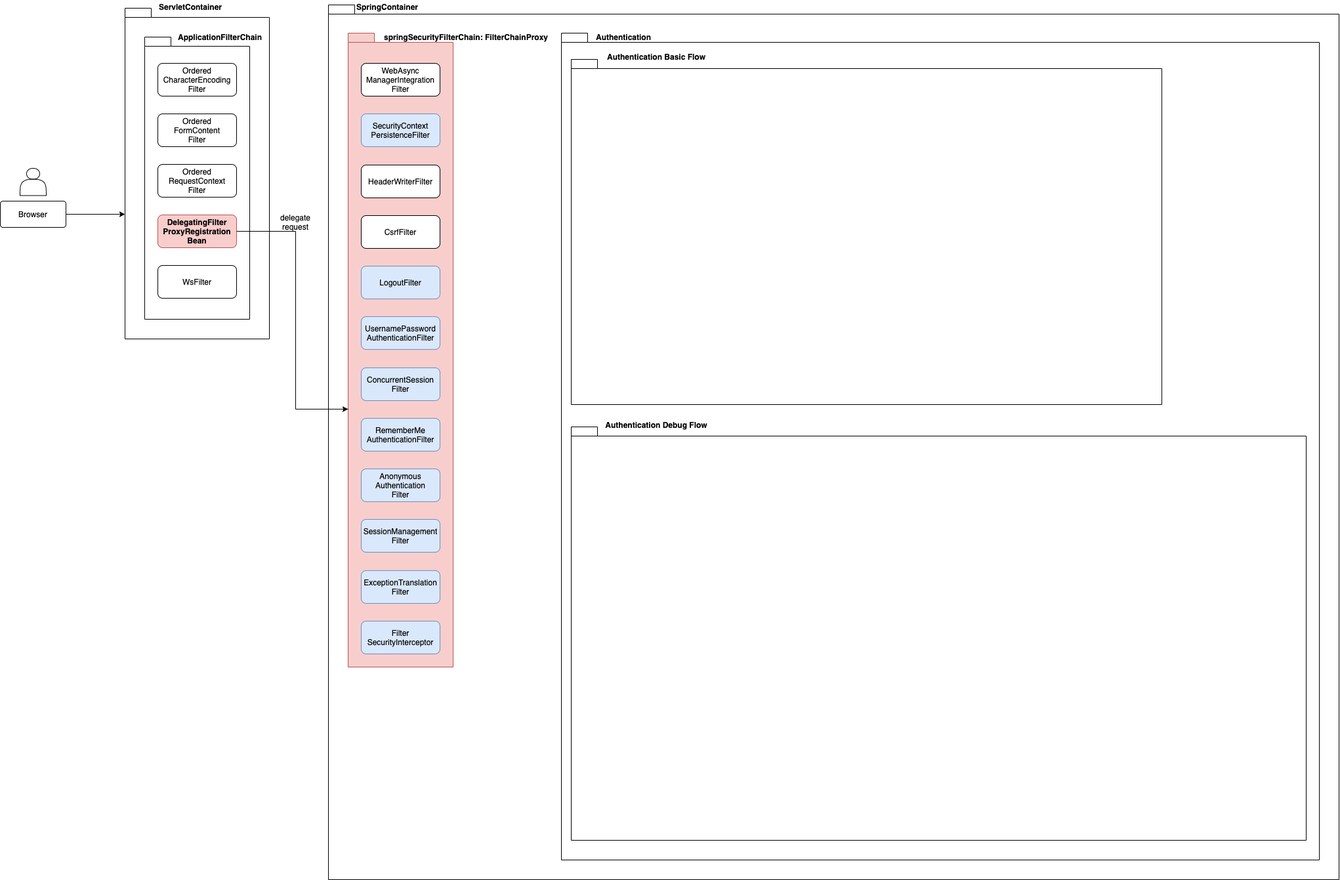
This is docs/img/flow/flow_DelegatingFilterProxy.png from spring-org/spring-security, a draw.io export, as it was before one commit. Source tidied: cells renumbered, new cells last; positions are measured from the earlier drawing's top-left corner, leaving out a move shared by most shapes.
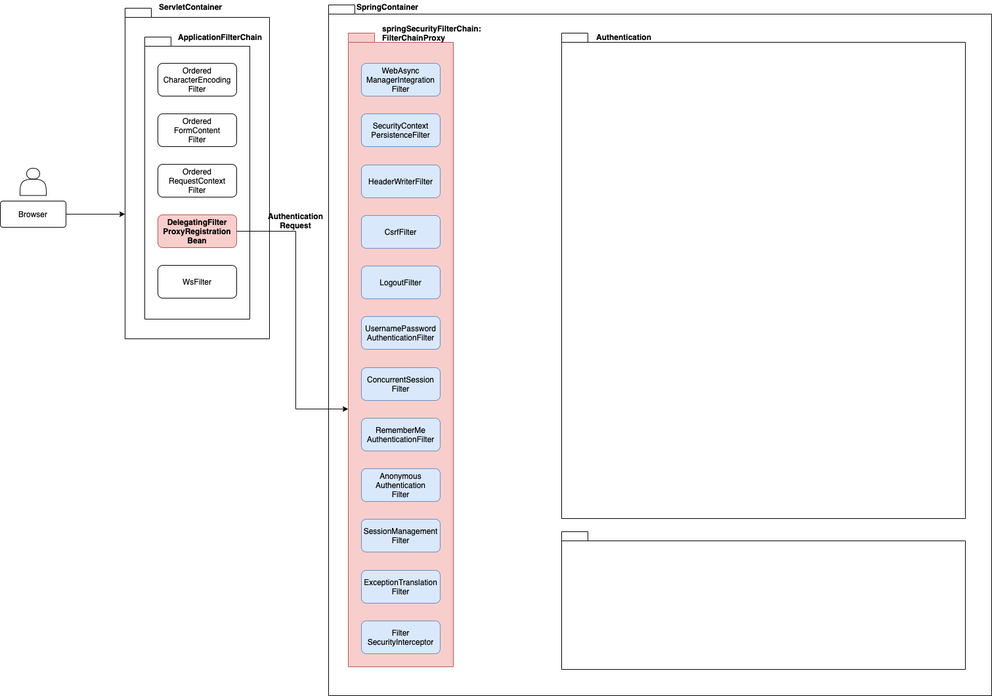
After the commit.

Change to the diagram source:
```diff
@@ -3,7 +3,7 @@
     <mxCell id="0" />
     <mxCell id="1" parent="0" />
     <mxCell id="2" style="shape=folder;fontStyle=1;spacingTop=10;tabWidth=40;tabHeight=14;tabPosition=left;html=1;fontSize=12;" parent="1" vertex="1">
-      <mxGeometry x="500" y="7" width="1540" height="1333" as="geometry" />
+      <mxGeometry x="500" y="7" width="1010" height="1053" as="geometry" />
     </mxCell>
     <mxCell id="3" style="shape=folder;fontStyle=1;spacingTop=10;tabWidth=40;tabHeight=14;tabPosition=left;html=1;fontSize=12;" parent="1" vertex="1">
       <mxGeometry x="190" y="12" width="220" height="504" as="geometry" />
@@ -11,16 +11,16 @@
     <mxCell id="4" style="shape=folder;fontStyle=1;spacingTop=10;tabWidth=40;tabHeight=14;tabPosition=left;html=1;fontSize=12;fillColor=#f8cecc;strokeColor=#b85450;" parent="1" vertex="1">
       <mxGeometry x="530" y="50" width="160" height="966" as="geometry" />
     </mxCell>
-    <mxCell id="5" value="&lt;span id=&quot;docs-internal-guid-8b3854a5-7fff-3813-f331-c196873f67ac&quot; style=&quot;font-size: 12px;&quot;&gt;&lt;font style=&quot;font-size: 12px;&quot;&gt;&lt;p class=&quot;p1&quot; style=&quot;margin: 0px; font-stretch: normal; line-height: normal; font-size: 12px;&quot;&gt;WebAsync&lt;/p&gt;&lt;p class=&quot;p1&quot; style=&quot;margin: 0px; font-stretch: normal; line-height: normal; font-size: 12px;&quot;&gt;ManagerIntegration&lt;/p&gt;&lt;p class=&quot;p1&quot; style=&quot;margin: 0px; font-stretch: normal; line-height: normal; font-size: 12px;&quot;&gt;Filter&lt;/p&gt;&lt;/font&gt;&lt;/span&gt;" style="rounded=1;whiteSpace=wrap;html=1;fontSize=12;" parent="1" vertex="1">
+    <mxCell id="5" value="&lt;span id=&quot;docs-internal-guid-8b3854a5-7fff-3813-f331-c196873f67ac&quot; style=&quot;font-size: 12px;&quot;&gt;&lt;font style=&quot;font-size: 12px;&quot;&gt;&lt;p class=&quot;p1&quot; style=&quot;margin: 0px; font-stretch: normal; line-height: normal; font-size: 12px;&quot;&gt;WebAsync&lt;/p&gt;&lt;p class=&quot;p1&quot; style=&quot;margin: 0px; font-stretch: normal; line-height: normal; font-size: 12px;&quot;&gt;ManagerIntegration&lt;/p&gt;&lt;p class=&quot;p1&quot; style=&quot;margin: 0px; font-stretch: normal; line-height: normal; font-size: 12px;&quot;&gt;Filter&lt;/p&gt;&lt;/font&gt;&lt;/span&gt;" style="rounded=1;whiteSpace=wrap;html=1;fontSize=12;fillColor=#dae8fc;strokeColor=#6c8ebf;" parent="1" vertex="1">
       <mxGeometry x="550" y="96" width="120" height="50" as="geometry" />
     </mxCell>
     <mxCell id="6" value="&lt;span id=&quot;docs-internal-guid-8b3854a5-7fff-3813-f331-c196873f67ac&quot; style=&quot;font-size: 12px;&quot;&gt;&lt;font style=&quot;font-size: 12px;&quot;&gt;&lt;p class=&quot;p1&quot; style=&quot;margin: 0px; font-stretch: normal; line-height: normal; font-size: 12px;&quot;&gt;Security&lt;span style=&quot;font-size: 12px;&quot;&gt;Context&lt;/span&gt;&lt;/p&gt;&lt;p class=&quot;p1&quot; style=&quot;margin: 0px; font-stretch: normal; line-height: normal; font-size: 12px;&quot;&gt;&lt;span style=&quot;font-size: 12px;&quot;&gt;Persistence&lt;/span&gt;&lt;span style=&quot;font-size: 12px;&quot;&gt;Filter&lt;/span&gt;&lt;/p&gt;&lt;/font&gt;&lt;/span&gt;" style="rounded=1;whiteSpace=wrap;html=1;fontSize=12;fillColor=#dae8fc;strokeColor=#6c8ebf;" parent="1" vertex="1">
       <mxGeometry x="550" y="173" width="120" height="50" as="geometry" />
     </mxCell>
-    <mxCell id="7" value="&lt;span id=&quot;docs-internal-guid-8b3854a5-7fff-3813-f331-c196873f67ac&quot; style=&quot;font-size: 12px;&quot;&gt;&lt;p class=&quot;p1&quot; style=&quot;margin: 0px; font-stretch: normal; line-height: normal; font-size: 12px;&quot;&gt;&lt;font style=&quot;font-size: 12px;&quot;&gt;HeaderWriterFilter&lt;/font&gt;&lt;/p&gt;&lt;/span&gt;" style="rounded=1;whiteSpace=wrap;html=1;fontSize=12;" parent="1" vertex="1">
+    <mxCell id="7" value="&lt;span id=&quot;docs-internal-guid-8b3854a5-7fff-3813-f331-c196873f67ac&quot; style=&quot;font-size: 12px;&quot;&gt;&lt;p class=&quot;p1&quot; style=&quot;margin: 0px; font-stretch: normal; line-height: normal; font-size: 12px;&quot;&gt;&lt;font style=&quot;font-size: 12px;&quot;&gt;HeaderWriterFilter&lt;/font&gt;&lt;/p&gt;&lt;/span&gt;" style="rounded=1;whiteSpace=wrap;html=1;fontSize=12;fillColor=#dae8fc;strokeColor=#6c8ebf;" parent="1" vertex="1">
       <mxGeometry x="550" y="251" width="120" height="50" as="geometry" />
     </mxCell>
-    <mxCell id="8" value="&lt;span id=&quot;docs-internal-guid-8b3854a5-7fff-3813-f331-c196873f67ac&quot; style=&quot;font-size: 12px;&quot;&gt;&lt;p class=&quot;p1&quot; style=&quot;margin: 0px; font-stretch: normal; line-height: normal; font-size: 12px;&quot;&gt;CsrfFilter&lt;/p&gt;&lt;/span&gt;" style="rounded=1;whiteSpace=wrap;html=1;fontSize=12;" parent="1" vertex="1">
+    <mxCell id="8" value="&lt;span id=&quot;docs-internal-guid-8b3854a5-7fff-3813-f331-c196873f67ac&quot; style=&quot;font-size: 12px;&quot;&gt;&lt;p class=&quot;p1&quot; style=&quot;margin: 0px; font-stretch: normal; line-height: normal; font-size: 12px;&quot;&gt;CsrfFilter&lt;/p&gt;&lt;/span&gt;" style="rounded=1;whiteSpace=wrap;html=1;fontSize=12;fillColor=#dae8fc;strokeColor=#6c8ebf;" parent="1" vertex="1">
       <mxGeometry x="550" y="328" width="120" height="50" as="geometry" />
     </mxCell>
     <mxCell id="9" value="&lt;span id=&quot;docs-internal-guid-8b3854a5-7fff-3813-f331-c196873f67ac&quot; style=&quot;font-size: 12px;&quot;&gt;&lt;p class=&quot;p1&quot; style=&quot;margin: 0px; font-stretch: normal; line-height: normal; font-size: 12px;&quot;&gt;&lt;font style=&quot;font-size: 12px;&quot;&gt;LogoutFilter&lt;/font&gt;&lt;/p&gt;&lt;/span&gt;" style="rounded=1;whiteSpace=wrap;html=1;fontSize=12;fillColor=#dae8fc;strokeColor=#6c8ebf;fontStyle=0;" parent="1" vertex="1">
@@ -38,11 +38,11 @@
     <mxCell id="13" value="&lt;span id=&quot;docs-internal-guid-8b3854a5-7fff-3813-f331-c196873f67ac&quot; style=&quot;font-size: 12px;&quot;&gt;&lt;font style=&quot;font-size: 12px;&quot;&gt;&lt;p class=&quot;p1&quot; style=&quot;margin: 0px; font-stretch: normal; line-height: normal; font-size: 12px;&quot;&gt;Anonymous&lt;/p&gt;&lt;p class=&quot;p1&quot; style=&quot;margin: 0px; font-stretch: normal; line-height: normal; font-size: 12px;&quot;&gt;Authentication&lt;/p&gt;&lt;p class=&quot;p1&quot; style=&quot;margin: 0px; font-stretch: normal; line-height: normal; font-size: 12px;&quot;&gt;Filter&lt;/p&gt;&lt;/font&gt;&lt;/span&gt;" style="rounded=1;whiteSpace=wrap;html=1;fontSize=12;fillColor=#dae8fc;strokeColor=#6c8ebf;" parent="1" vertex="1">
       <mxGeometry x="550" y="714" width="120" height="50" as="geometry" />
     </mxCell>
-    <mxCell id="14" value="springSecurityFilterChain: FilterChainProxy" style="text;html=1;strokeColor=none;fillColor=none;align=center;verticalAlign=middle;whiteSpace=wrap;rounded=0;fontStyle=1;fontSize=12;" parent="1" vertex="1">
-      <mxGeometry x="570" y="46" width="280" height="20" as="geometry" />
+    <mxCell id="14" value="springSecurityFilterChain: &lt;br&gt;FilterChainProxy" style="text;html=1;strokeColor=none;fillColor=none;align=left;verticalAlign=middle;whiteSpace=wrap;rounded=0;fontStyle=1;fontSize=12;" parent="1" vertex="1">
+      <mxGeometry x="580" y="40" width="180" height="20" as="geometry" />
     </mxCell>
     <mxCell id="15" style="shape=folder;fontStyle=0;spacingTop=10;tabWidth=40;tabHeight=14;tabPosition=left;html=1;fontSize=12;" parent="1" vertex="1">
-      <mxGeometry x="855" y="50" width="1155" height="1260" as="geometry" />
+      <mxGeometry x="855" y="50" width="615" height="740" as="geometry" />
     </mxCell>
     <mxCell id="16" value="Authentication" style="text;html=1;strokeColor=none;fillColor=none;align=center;verticalAlign=middle;whiteSpace=wrap;rounded=0;fontStyle=1;fontSize=12;" parent="1" vertex="1">
       <mxGeometry x="930" y="46" width="40" height="20" as="geometry" />
@@ -71,8 +71,8 @@
     <mxCell id="24" style="shape=actor;whiteSpace=wrap;html=1;" parent="1" vertex="1">
       <mxGeometry x="30" y="256" width="40" height="41.5" as="geometry" />
     </mxCell>
-    <mxCell id="25" value="delegate request" style="text;html=1;strokeColor=none;fillColor=none;align=center;verticalAlign=middle;whiteSpace=wrap;rounded=0;" parent="1" vertex="1">
-      <mxGeometry x="430" y="328" width="40" height="20" as="geometry" />
+    <mxCell id="25" value="&lt;b&gt;Authentication&lt;/b&gt;&lt;br&gt;&lt;b&gt;Request&lt;/b&gt;" style="text;html=1;strokeColor=none;fillColor=none;align=center;verticalAlign=middle;whiteSpace=wrap;rounded=0;" parent="1" vertex="1">
+      <mxGeometry x="430" y="326" width="40" height="20" as="geometry" />
     </mxCell>
     <mxCell id="26" style="group;" parent="1" vertex="1">
       <mxGeometry x="220" y="46" width="160" height="440" as="geometry" />
@@ -110,35 +110,26 @@
     </mxCell>
     <mxCell id="35" style="edgeStyle=orthogonalEdgeStyle;rounded=0;orthogonalLoop=1;jettySize=auto;html=1;exitX=1;exitY=0.5;exitDx=0;exitDy=0;entryX=0;entryY=0.5;entryDx=0;entryDy=0;startArrow=classic;startFill=1;" parent="1" edge="1">
       <mxGeometry relative="1" as="geometry">
-        <mxPoint x="1034.5" y="662" as="sourcePoint" />
+        <mxPoint x="1444.5" y="772" as="sourcePoint" />
       </mxGeometry>
     </mxCell>
     <mxCell id="36" style="edgeStyle=orthogonalEdgeStyle;rounded=0;orthogonalLoop=1;jettySize=auto;html=1;exitX=1;exitY=0.5;exitDx=0;exitDy=0;entryX=0;entryY=0.5;entryDx=0;entryDy=0;startArrow=classic;startFill=1;" parent="1" edge="1">
       <mxGeometry relative="1" as="geometry">
-        <mxPoint x="1034.5" y="662" as="sourcePoint" />
+        <mxPoint x="1444.5" y="772" as="sourcePoint" />
       </mxGeometry>
     </mxCell>
     <mxCell id="37" style="edgeStyle=orthogonalEdgeStyle;rounded=0;orthogonalLoop=1;jettySize=auto;html=1;exitX=1;exitY=0.5;exitDx=0;exitDy=0;entryX=0;entryY=0.5;entryDx=0;entryDy=0;startArrow=none;startFill=0;" parent="1" edge="1">
       <mxGeometry relative="1" as="geometry">
-        <mxPoint x="923.2" y="700" as="targetPoint" />
+        <mxPoint x="1333.2" y="810" as="targetPoint" />
       </mxGeometry>
     </mxCell>
     <mxCell id="38" style="edgeStyle=orthogonalEdgeStyle;rounded=0;orthogonalLoop=1;jettySize=auto;html=1;exitX=1;exitY=0.5;exitDx=0;exitDy=0;entryX=0;entryY=0.5;entryDx=0;entryDy=0;startArrow=none;startFill=0;" parent="1" edge="1">
       <mxGeometry relative="1" as="geometry">
-        <mxPoint x="1043.2" y="700" as="sourcePoint" />
+        <mxPoint x="1453.2" y="810" as="sourcePoint" />
       </mxGeometry>
     </mxCell>
-    <mxCell id="39" style="shape=folder;fontStyle=0;spacingTop=10;tabWidth=40;tabHeight=14;tabPosition=left;html=1;fontSize=12;" parent="1" vertex="1">
-      <mxGeometry x="870" y="90" width="900" height="526" as="geometry" />
-    </mxCell>
-    <mxCell id="40" value="Authentication Basic Flow" style="text;html=1;strokeColor=none;fillColor=none;align=center;verticalAlign=middle;whiteSpace=wrap;rounded=0;fontStyle=1;fontSize=12;" parent="1" vertex="1">
-      <mxGeometry x="920" y="76" width="160" height="20" as="geometry" />
-    </mxCell>
-    <mxCell id="41" style="shape=folder;fontStyle=0;spacingTop=10;tabWidth=40;tabHeight=14;tabPosition=left;html=1;fontSize=12;" parent="1" vertex="1">
-      <mxGeometry x="870" y="650" width="1120" height="630" as="geometry" />
-    </mxCell>
-    <mxCell id="42" value="Authentication Debug Flow" style="text;html=1;strokeColor=none;fillColor=none;align=center;verticalAlign=middle;whiteSpace=wrap;rounded=0;fontStyle=1;fontSize=12;" parent="1" vertex="1">
-      <mxGeometry x="920" y="637" width="160" height="20" as="geometry" />
-    </mxCell>
+    <mxCell id="43" style="shape=folder;fontStyle=0;spacingTop=10;tabWidth=40;tabHeight=14;tabPosition=left;html=1;fontSize=12;" parent="1" vertex="1">
+      <mxGeometry x="855" y="810" width="615" height="210" as="geometry" />
+    </mxCell>
   </root>
 </mxGraphModel>
```
